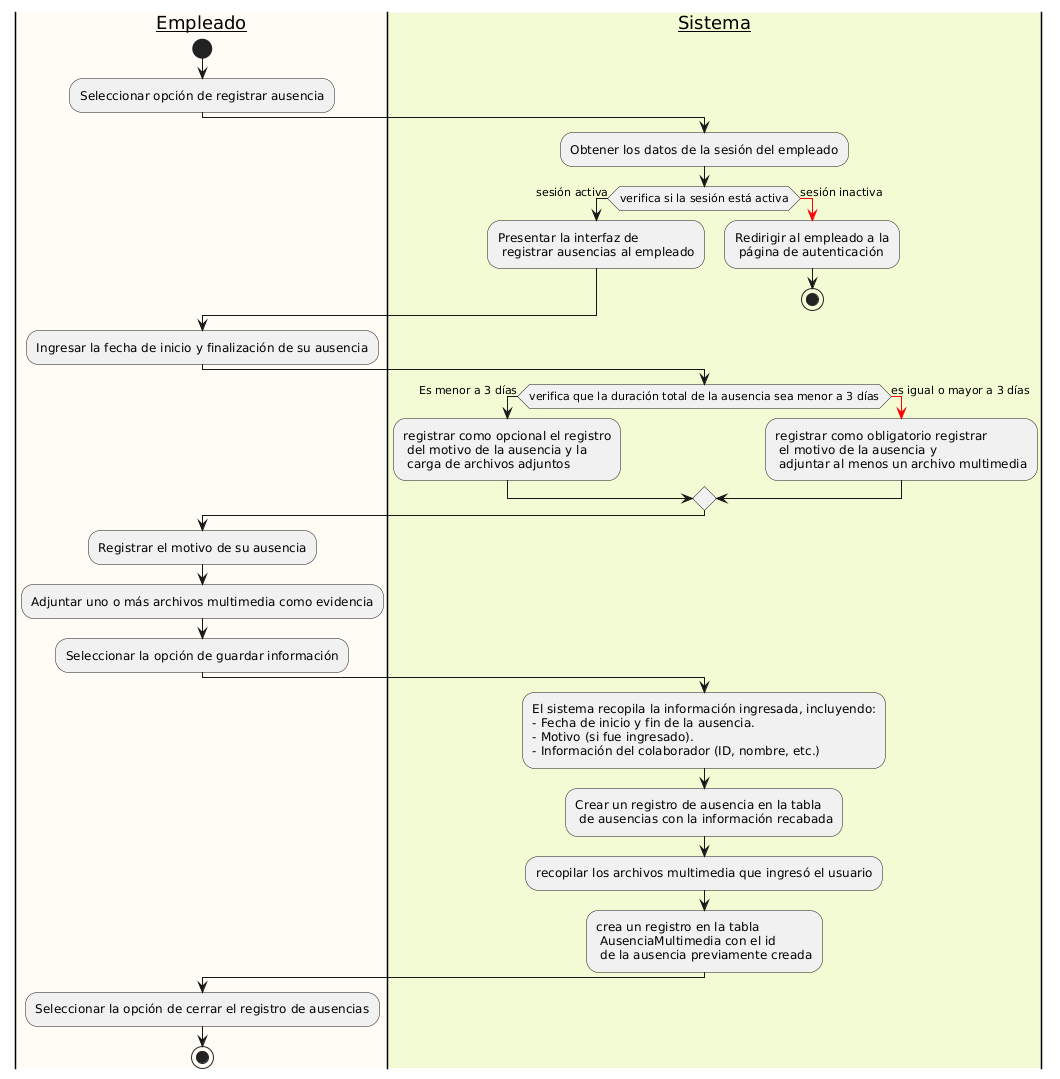
EdCanCe/WorkCells keeps this PlantUML diagram as diagrams/CU03_diagram.png. Above is the earlier version. Source of this version:
```plantuml
@startuml
|#fffcf6|__Empleado__|
start
:Seleccionar opción de registrar ausencia;

|#f3fbd4|__Sistema__|
:Obtener los datos de la sesión del empleado;

if(verifica si la sesión está activa) then (sesión activa)
    :Presentar la interfaz de\n registrar ausencias al empleado;
else (sesión inactiva)
    -[#red]->
    |#f3fbd4|__Sistema__|
    :Redirigir al empleado a la\n página de autenticación;
    stop
endif

|#fffcf6|__Empleado__|
:Ingresar la fecha de inicio y finalización de su ausencia;

|#f3fbd4|__Sistema__|
if(verifica que la duración total de la ausencia sea menor a 3 días) then (Es menor a 3 días)
    :registrar como opcional el registro\n del motivo de la ausencia y la\n carga de archivos adjuntos;
else (es igual o mayor a 3 días)
    -[#red]->
    :registrar como obligatorio registrar\n el motivo de la ausencia y\n adjuntar al menos un archivo multimedia;
endif

|#fffcf6|__Empleado__|
:Registrar el motivo de su ausencia;
:Adjuntar uno o más archivos multimedia como evidencia;
:Seleccionar la opción de guardar información;

|#f3fbd4|__Sistema__|
:El sistema recopila la información ingresada, incluyendo:\n- Fecha de inicio y fin de la ausencia.\n- Motivo (si fue ingresado).\n- Información del colaborador (ID, nombre, etc.);
:Crear un registro de ausencia en la tabla\n de ausencias con la información recabada;
:recopilar los archivos multimedia que ingresó el usuario;
:crea un registro en la tabla\n AusenciaMultimedia con el id\n de la ausencia previamente creada;

|#fffcf6|__Empleado__|
:Seleccionar la opción de cerrar el registro de ausencias;
stop
@enduml
```
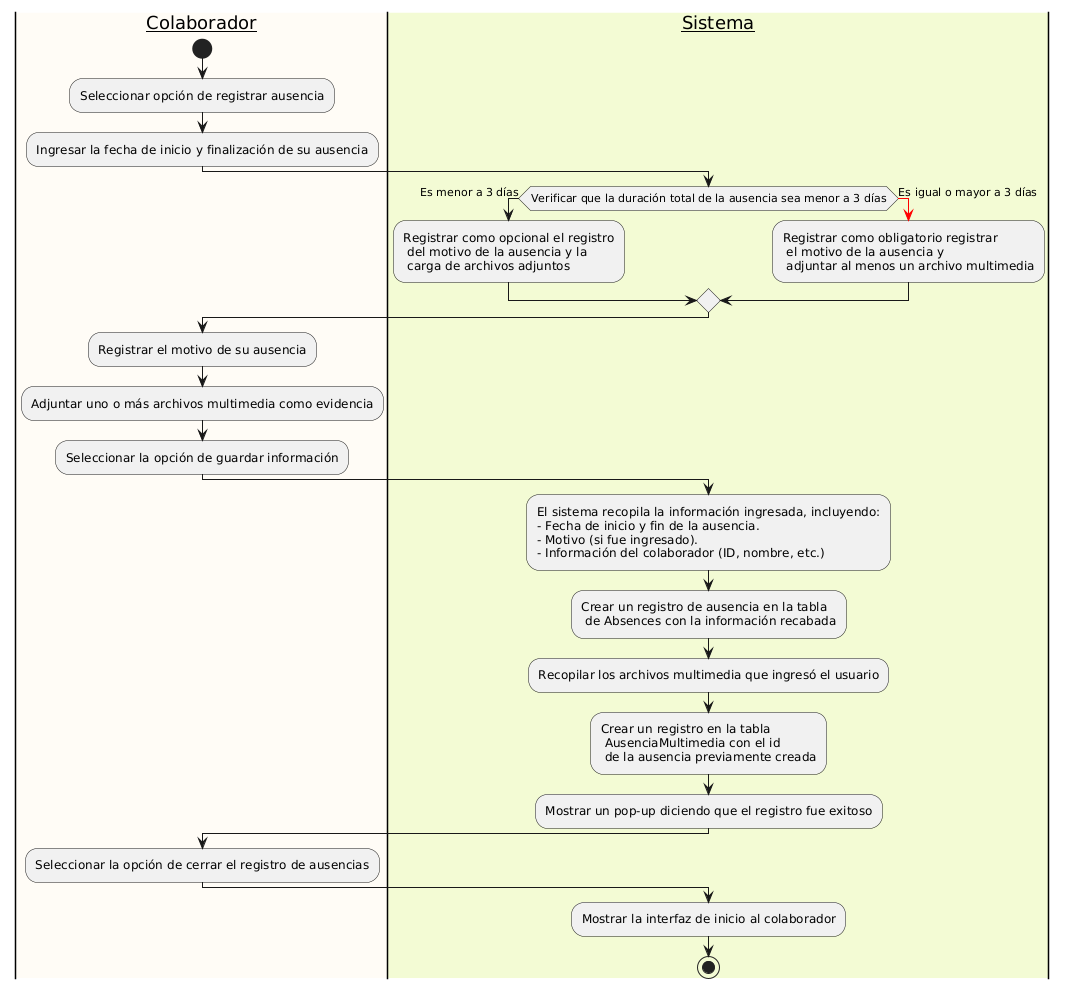
After the commit.

Commit message:
Correcciones realizadas al diagrama en el flujo

Change to the diagram source:
```diff
@@ -1,43 +1,35 @@
 @startuml
-|#fffcf6|__Empleado__|
+|#fffcf6|__Colaborador__|
 start
 :Seleccionar opción de registrar ausencia;
 
-|#f3fbd4|__Sistema__|
-:Obtener los datos de la sesión del empleado;
 
-if(verifica si la sesión está activa) then (sesión activa)
-    :Presentar la interfaz de\n registrar ausencias al empleado;
-else (sesión inactiva)
-    -[#red]->
-    |#f3fbd4|__Sistema__|
-    :Redirigir al empleado a la\n página de autenticación;
-    stop
-endif
-
-|#fffcf6|__Empleado__|
+|#fffcf6|__Colaborador__|
 :Ingresar la fecha de inicio y finalización de su ausencia;
 
 |#f3fbd4|__Sistema__|
-if(verifica que la duración total de la ausencia sea menor a 3 días) then (Es menor a 3 días)
-    :registrar como opcional el registro\n del motivo de la ausencia y la\n carga de archivos adjuntos;
-else (es igual o mayor a 3 días)
+if(Verificar que la duración total de la ausencia sea menor a 3 días) then (Es menor a 3 días)
+    :Registrar como opcional el registro\n del motivo de la ausencia y la\n carga de archivos adjuntos;
+else (Es igual o mayor a 3 días)
     -[#red]->
-    :registrar como obligatorio registrar\n el motivo de la ausencia y\n adjuntar al menos un archivo multimedia;
+    :Registrar como obligatorio registrar\n el motivo de la ausencia y\n adjuntar al menos un archivo multimedia;
 endif
 
-|#fffcf6|__Empleado__|
+|#fffcf6|__Colaborador__|
 :Registrar el motivo de su ausencia;
 :Adjuntar uno o más archivos multimedia como evidencia;
 :Seleccionar la opción de guardar información;
 
 |#f3fbd4|__Sistema__|
 :El sistema recopila la información ingresada, incluyendo:\n- Fecha de inicio y fin de la ausencia.\n- Motivo (si fue ingresado).\n- Información del colaborador (ID, nombre, etc.);
-:Crear un registro de ausencia en la tabla\n de ausencias con la información recabada;
-:recopilar los archivos multimedia que ingresó el usuario;
-:crea un registro en la tabla\n AusenciaMultimedia con el id\n de la ausencia previamente creada;
+:Crear un registro de ausencia en la tabla\n de Absences con la información recabada;
+:Recopilar los archivos multimedia que ingresó el usuario;
+:Crear un registro en la tabla\n AusenciaMultimedia con el id\n de la ausencia previamente creada;
+:Mostrar un pop-up diciendo que el registro fue exitoso;
 
-|#fffcf6|__Empleado__|
+|#fffcf6|__Colaborador__|
 :Seleccionar la opción de cerrar el registro de ausencias;
+|#f3fbd4|__Sistema__|
+:Mostrar la interfaz de inicio al colaborador;
 stop
 @enduml
```
